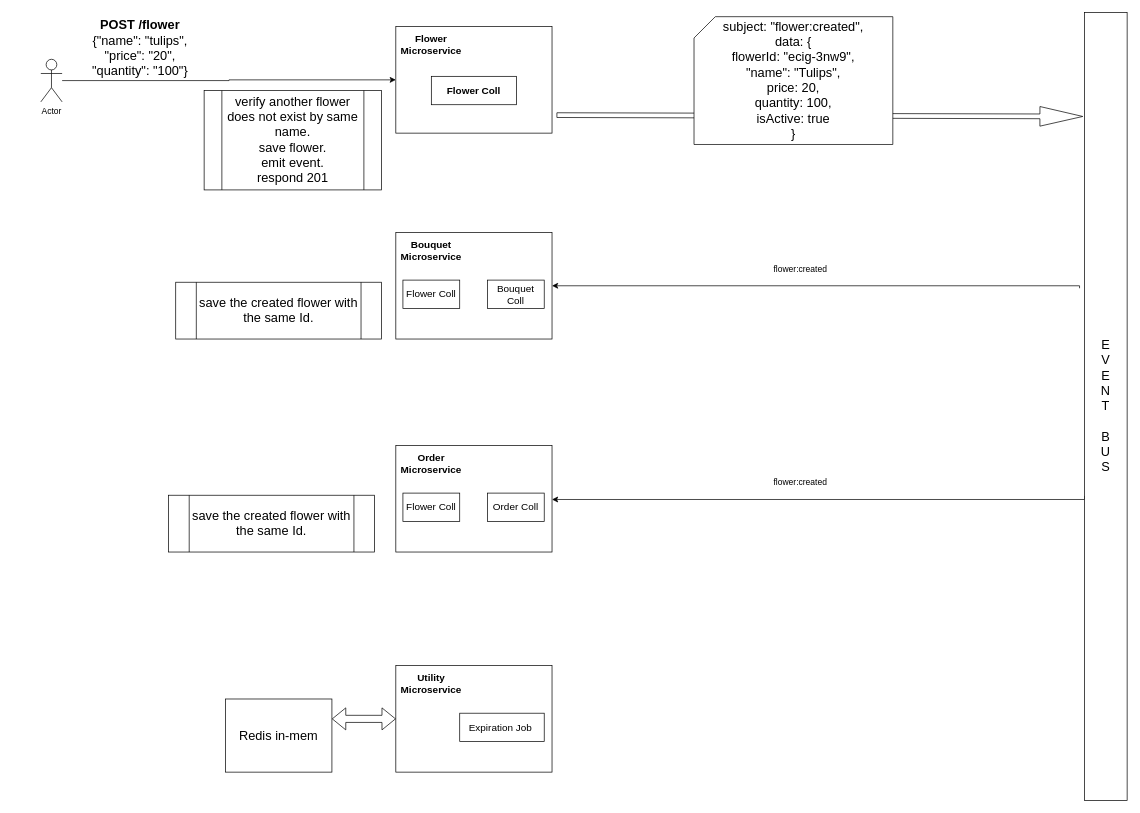
piyusheklavya777/flowerbouquet keeps this draw.io diagram as documentation/events/flower/create.drawio. Above is the earlier version. Source tidied: cells renumbered, new cells numbered last; positions are measured from the earlier drawing's top-left corner, leaving out a move shared by most shapes. Both pictures are drawn from the tidied source at 71%, with x=0, y=0 at pixel (12, 12).
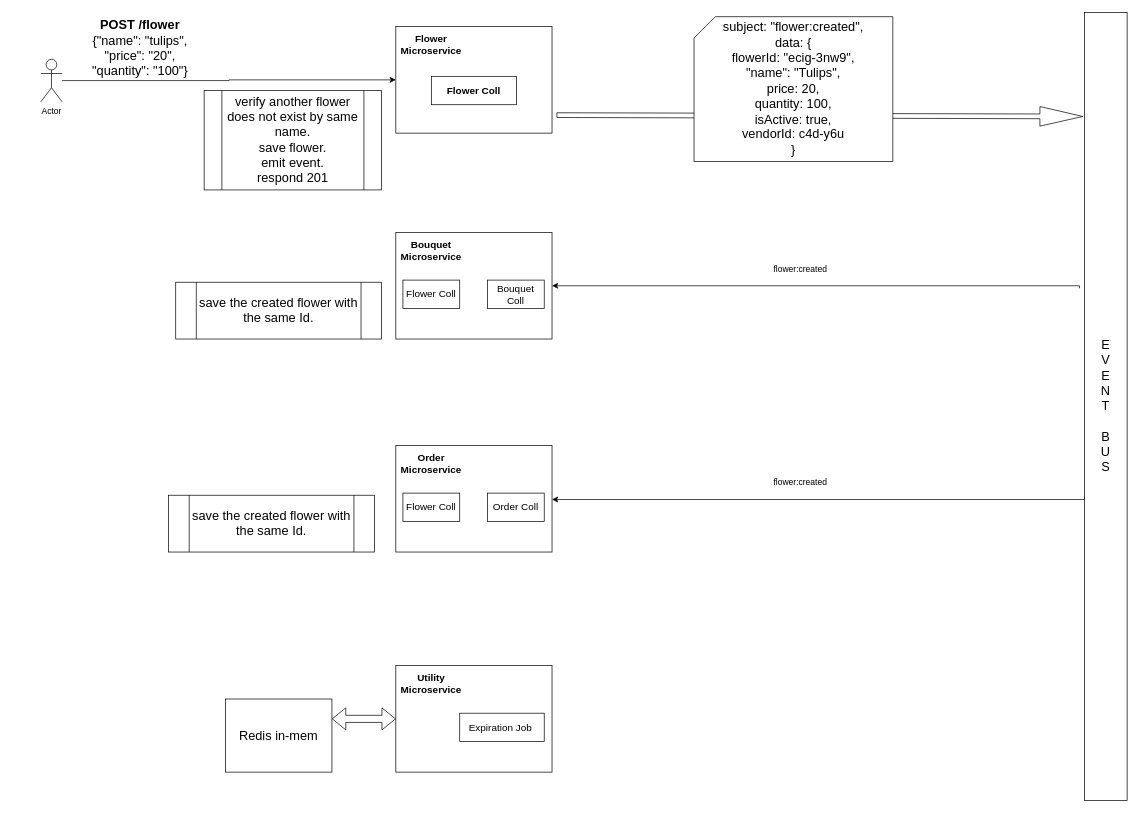
The same page after the edit.

Commit message:
flower event

Diff of the diagram source:
```diff
@@
-    <mxCell id="28" value="subject: &quot;flower:created&quot;,&lt;br&gt;data: {&lt;br&gt;flowerId: &quot;ecig-3nw9&quot;,&lt;br&gt;&quot;name&quot;: &quot;Tulips&quot;,&lt;br&gt;price: 20,&lt;br&gt;quantity: 100,&lt;br&gt;isActive: true&lt;br&gt;}" style="shape=card;whiteSpace=wrap;html=1;fontSize=18;" parent="1" vertex="1">
-      <mxGeometry x="960" y="6" width="280" height="180" as="geometry" />
+    <mxCell id="28" value="subject: &quot;flower:created&quot;,&lt;br&gt;data: {&lt;br&gt;flowerId: &quot;ecig-3nw9&quot;,&lt;br&gt;&quot;name&quot;: &quot;Tulips&quot;,&lt;br&gt;price: 20,&lt;br&gt;quantity: 100,&lt;br&gt;isActive: true,&lt;br&gt;vendorId: c4d-y6u&lt;br&gt;}" style="shape=card;whiteSpace=wrap;html=1;fontSize=18;" parent="1" vertex="1">
+      <mxGeometry x="960" y="6" width="280" height="204" as="geometry" />
     </mxCell>
```
